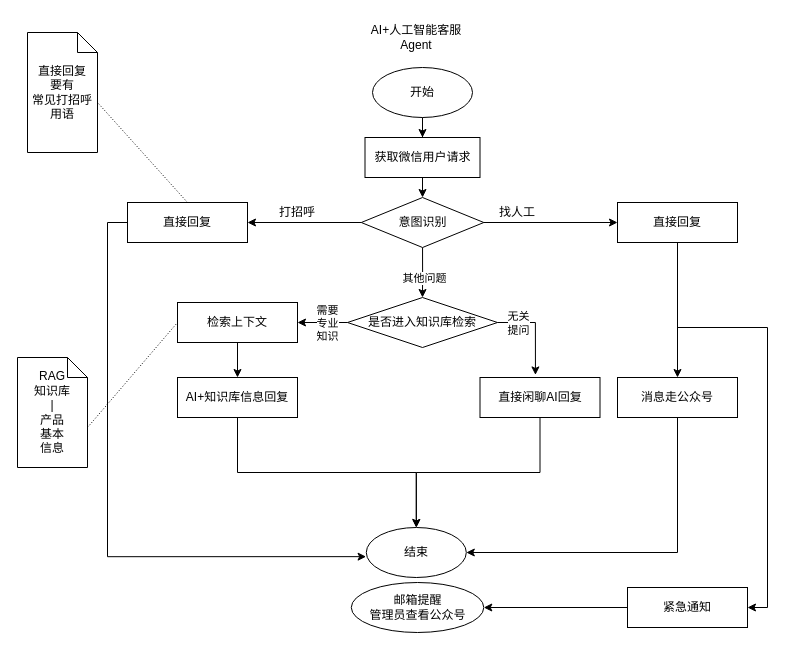
The draw.io diagram 未命名绘图.drawio in jensen1404ai-bit/Draw.io, before the edit. Source tidied: cells renumbered, new cells numbered last; positions are measured from the earlier drawing's top-left corner, leaving out a move shared by most shapes. Both pictures are drawn from the tidied source at 100%, with x=0, y=0 at pixel (17, 17).
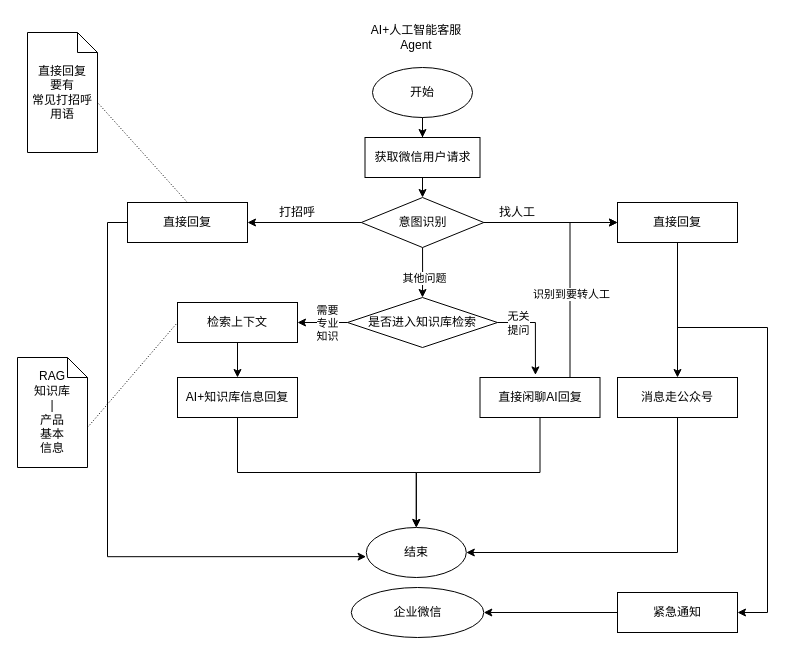
The same page after the edit.

Commit message:
AI智能客服功能流程图2.drawio

Unchanged cells that the change refers to:
```xml
<mxCell id="7" value="直接回复" style="rounded=0;whiteSpace=wrap;html=1;" parent="1" vertex="1">
  <mxGeometry x="600" y="185" width="120" height="40" as="geometry" />
</mxCell>
<mxCell id="9" value="直接闲聊AI回复" style="rounded=0;whiteSpace=wrap;html=1;" parent="1" vertex="1">
  <mxGeometry x="462.5" y="360" width="120" height="40" as="geometry" />
</mxCell>
```

Diff of the diagram source:
```diff
@@
     <mxCell id="6" style="edgeStyle=orthogonalEdgeStyle;rounded=0;jettySize=auto;html=1;exitX=0.5;exitY=1;exitDx=0;exitDy=0;entryX=1;entryY=0.5;entryDx=0;entryDy=0;" parent="1" edge="1" source="7" target="35">
       <mxGeometry relative="1" as="geometry">
         <Array as="points">
           <mxPoint x="660" y="310" />
           <mxPoint x="750" y="310" />
-          <mxPoint x="750" y="590" />
+          <mxPoint x="750" y="595" />
         </Array>
       </mxGeometry>
     </mxCell>
@@
+    <mxCell id="40" style="edgeStyle=orthogonalEdgeStyle;rounded=0;jettySize=auto;html=1;exitX=0.75;exitY=0;exitDx=0;exitDy=0;entryX=0;entryY=0.5;entryDx=0;entryDy=0;" parent="1" edge="1" source="9" target="7">
+      <mxGeometry relative="1" as="geometry" />
+    </mxCell>
+    <mxCell id="41" value="识别到要转人工" style="edgeLabel;html=1;align=center;verticalAlign=middle;" parent="40" vertex="1">
+      <mxGeometry x="-0.17" relative="1" as="geometry">
+        <mxPoint x="1" as="offset" />
+      </mxGeometry>
+    </mxCell>
@@
-    <mxCell id="33" value="邮箱&lt;span style=&quot;background-color: transparent; color: light-dark(rgb(0, 0, 0), rgb(255, 255, 255));&quot;&gt;提醒&lt;/span&gt;&lt;div&gt;&lt;span style=&quot;background-color: transparent; color: light-dark(rgb(0, 0, 0), rgb(255, 255, 255));&quot;&gt;管理员&lt;/span&gt;&lt;span style=&quot;background-color: transparent; color: light-dark(rgb(0, 0, 0), rgb(255, 255, 255));&quot;&gt;查看公众号&lt;/span&gt;&lt;/div&gt;" style="ellipse;whiteSpace=wrap;html=1;" parent="1" vertex="1">
-      <mxGeometry x="333.8" y="565" width="132.5" height="50" as="geometry" />
+    <mxCell id="33" value="企业微信" style="ellipse;whiteSpace=wrap;html=1;" parent="1" vertex="1">
+      <mxGeometry x="333.8" y="570" width="132.5" height="50" as="geometry" />
     </mxCell>
@@
     <mxCell id="35" value="紧急通知" style="rounded=0;whiteSpace=wrap;html=1;" parent="1" vertex="1">
-      <mxGeometry x="610" y="570" width="120" height="40" as="geometry" />
+      <mxGeometry x="600" y="575" width="120" height="40" as="geometry" />
     </mxCell>
```
